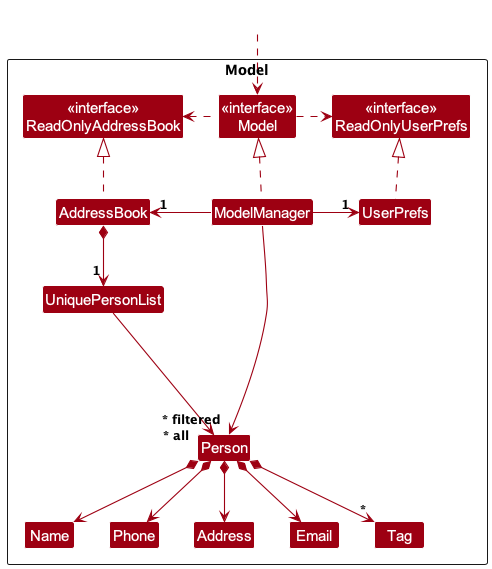
victorlaiyeeteng/tp keeps this PlantUML diagram as docs/diagrams/ModelClassDiagram.png. Above is the earlier version.
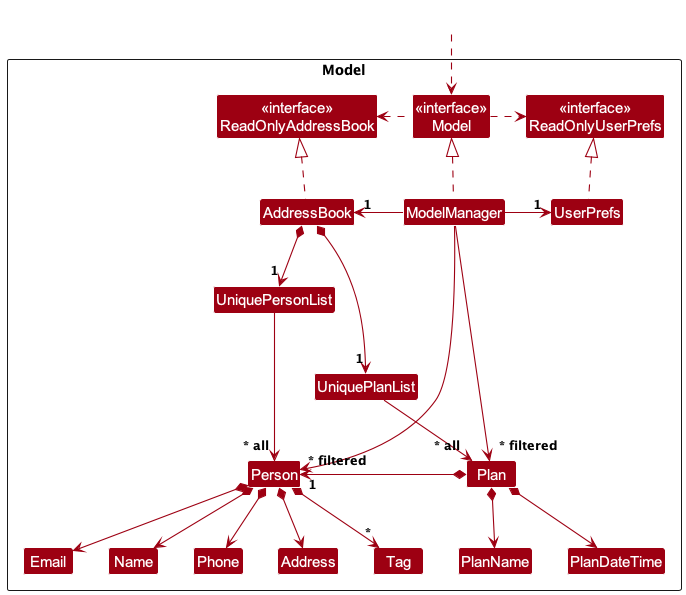
The same file after the commit.

The edit, as a diff of the source:
```diff
@@ -20,6 +20,11 @@
 Class Phone
 Class Tag
 
+Class Plan
+Class UniquePlanList
+Class PlanDateTime
+Class PlanName
+
 Class I #FFFFFF
 }
 
@@ -35,13 +40,18 @@
 ModelManager -right-> "1" UserPrefs
 UserPrefs .up.|> ReadOnlyUserPrefs
 
+AddressBook *--> "1" UniquePlanList
 AddressBook *--> "1" UniquePersonList
 UniquePersonList --> "~* all" Person
+UniquePlanList --> "~* all" Plan
 Person *--> Name
 Person *--> Phone
 Person *--> Email
 Person *--> Address
 Person *--> "*" Tag
+Plan *--> PlanName
+Plan *--> PlanDateTime
+Plan *-left-> "1" Person
 
 Person -[hidden]up--> I
 UniquePersonList -[hidden]right-> I
@@ -51,4 +61,5 @@
 Address -[hidden]right-> Email
 
 ModelManager --> "~* filtered" Person
+ModelManager --> "~* filtered" Plan
 @enduml
```
